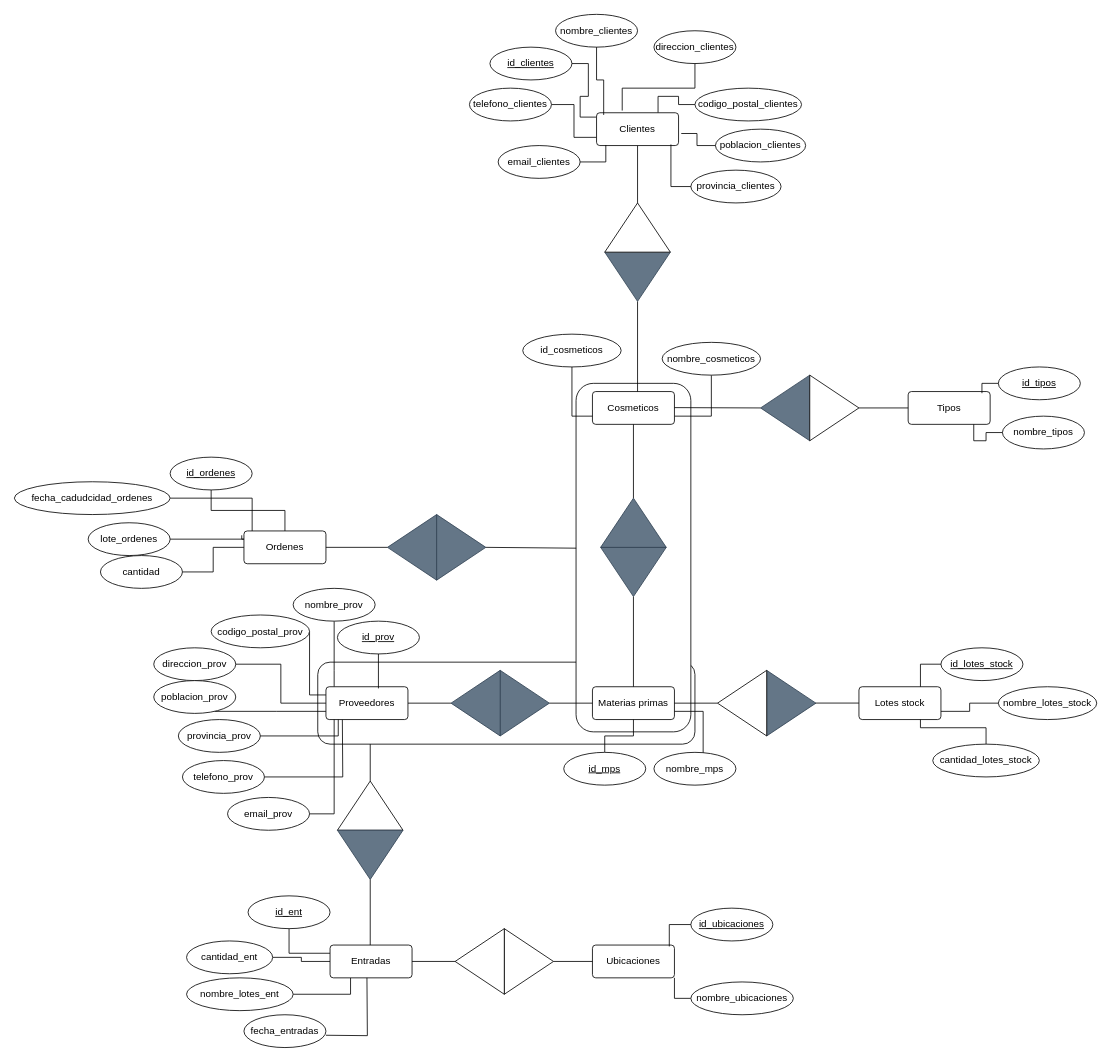
Above: der2.drawio in jolumon/proyecto_24_25 (draw.io), before the change. Source tidied: cells renumbered, new cells numbered last; positions are measured from the earlier drawing's top-left corner, leaving out a move shared by most shapes. Both pictures are drawn from the tidied source at 82%, with x=0, y=0 at pixel (14, 14).
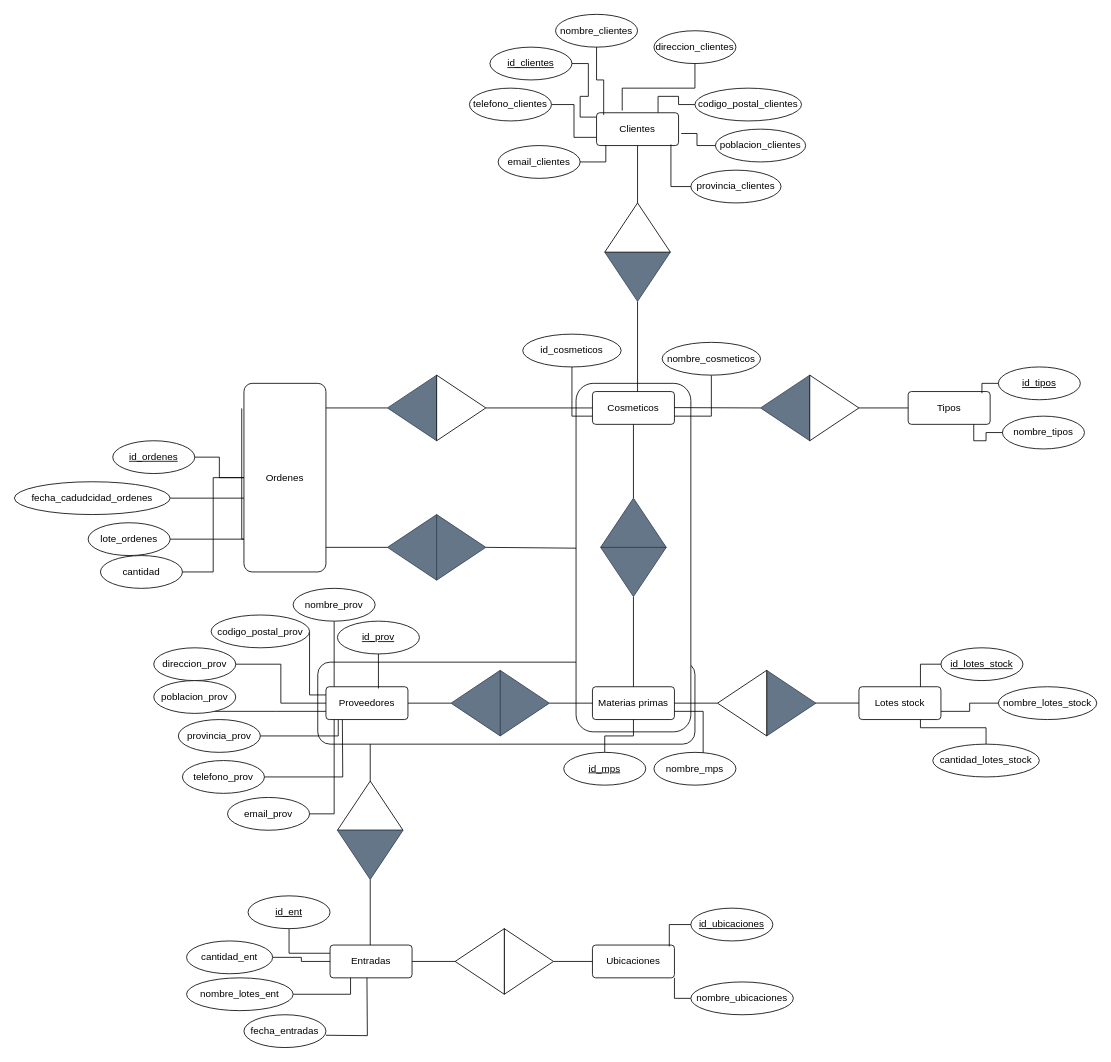
The same diagram, later.

Commit message (it also covers changes not shown here):
Corregir der y diseño físico

Unchanged cells that the change refers to:
```xml
<mxCell id="45" value="Cosmeticos" style="rounded=1;arcSize=10;whiteSpace=wrap;html=1;align=center;" parent="1" vertex="1">
  <mxGeometry x="705" y="460" width="100" height="40" as="geometry" />
</mxCell>
```

The edit, as a diff of the source:
```diff
@@
     <mxCell id="6" value="id_ordenes" style="ellipse;whiteSpace=wrap;html=1;align=center;fontStyle=4;" parent="1" vertex="1">
-      <mxGeometry x="190" y="540" width="100" height="40" as="geometry" />
+      <mxGeometry x="120" y="520" width="100" height="40" as="geometry" />
     </mxCell>
@@
     <mxCell id="39" value="Ordenes" style="rounded=1;arcSize=10;whiteSpace=wrap;html=1;align=center;" parent="1" vertex="1">
-      <mxGeometry x="280" y="630" width="100" height="40" as="geometry" />
+      <mxGeometry x="280" y="450" width="100" height="230" as="geometry" />
     </mxCell>
@@
+    <mxCell id="123" style="group;rotation=-180;" parent="1" vertex="1">
+      <mxGeometry x="455" y="440" width="120" height="80" as="geometry" />
+    </mxCell>
+    <mxCell id="124" style="triangle;whiteSpace=wrap;html=1;rotation=-180;fillColor=#647687;fontColor=#ffffff;strokeColor=#314354;" parent="123" vertex="1">
+      <mxGeometry width="60" height="80" as="geometry" />
+    </mxCell>
+    <mxCell id="125" style="triangle;whiteSpace=wrap;html=1;rotation=-360;" parent="123" vertex="1">
+      <mxGeometry x="60" width="60" height="80" as="geometry" />
+    </mxCell>
+    <mxCell id="126" style="endArrow=none;html=1;rounded=0;entryX=0;entryY=0.5;entryDx=0;entryDy=0;exitX=1;exitY=0.5;exitDx=0;exitDy=0;" parent="1" edge="1" source="125" target="45">
+      <mxGeometry relative="1" as="geometry" />
+    </mxCell>
+    <mxCell id="127" style="endArrow=none;html=1;rounded=0;entryX=1;entryY=0.5;entryDx=0;entryDy=0;" parent="1" edge="1" target="124">
+      <mxGeometry relative="1" as="geometry">
+        <mxPoint x="380" y="480" as="sourcePoint" />
+      </mxGeometry>
+    </mxCell>
```
